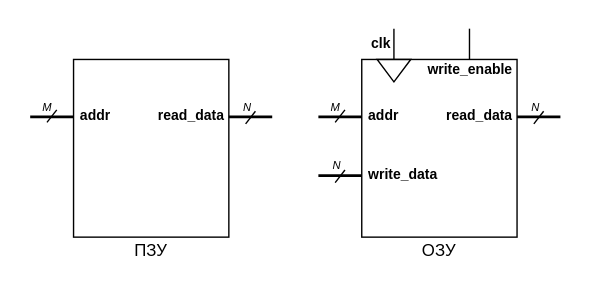
Before: .pic/Labs/lab_03_memory/fig_01.drawio.svg, a diagram exported from draw.io (MPSU/APS). Source tidied: cells renumbered, new cells last; positions are measured from the earlier drawing's top-left corner, leaving out a move shared by most shapes.
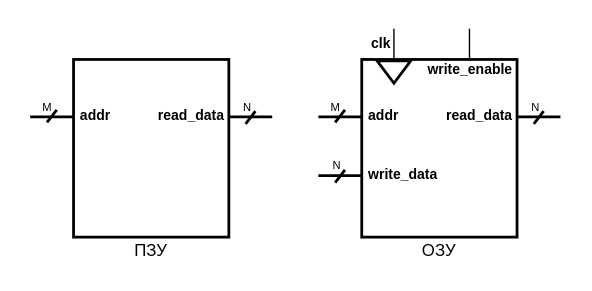
The same diagram one commit later.

What changed in the source:
```diff
@@ -2,7 +2,7 @@
   <root>
     <mxCell id="0" />
     <mxCell id="1" parent="0" />
-    <mxCell id="2" style="rounded=0;whiteSpace=wrap;html=1;" parent="1" vertex="1">
+    <mxCell id="2" style="rounded=0;whiteSpace=wrap;html=1;strokeWidth=2;" parent="1" vertex="1">
       <mxGeometry x="31" y="22" width="111" height="127" as="geometry" />
     </mxCell>
     <mxCell id="3" value="addr" style="text;html=1;strokeColor=none;fillColor=none;align=left;verticalAlign=middle;whiteSpace=wrap;rounded=0;fontSize=10;fontStyle=1;" parent="1" vertex="1">
@@ -17,7 +17,7 @@
         <mxPoint x="31" y="63" as="targetPoint" />
       </mxGeometry>
     </mxCell>
-    <mxCell id="6" style="endArrow=none;html=1;rounded=0;" parent="1" edge="1">
+    <mxCell id="6" style="endArrow=none;html=1;rounded=0;strokeWidth=2;" parent="1" edge="1">
       <mxGeometry relative="1" as="geometry">
         <mxPoint x="12" y="67" as="sourcePoint" />
         <mxPoint x="19" y="58" as="targetPoint" />
@@ -29,22 +29,22 @@
         <mxPoint x="173" y="63" as="targetPoint" />
       </mxGeometry>
     </mxCell>
-    <mxCell id="8" style="endArrow=none;html=1;rounded=0;" parent="1" edge="1">
+    <mxCell id="8" style="endArrow=none;html=1;rounded=0;strokeWidth=2;" parent="1" edge="1">
       <mxGeometry relative="1" as="geometry">
         <mxPoint x="154" y="68" as="sourcePoint" />
         <mxPoint x="161" y="59" as="targetPoint" />
       </mxGeometry>
     </mxCell>
-    <mxCell id="9" value="M" style="text;html=1;strokeColor=none;fillColor=none;align=center;verticalAlign=middle;whiteSpace=wrap;rounded=0;fontSize=8;fontStyle=2;" parent="1" vertex="1">
+    <mxCell id="9" value="M" style="text;html=1;strokeColor=none;fillColor=none;align=center;verticalAlign=middle;whiteSpace=wrap;rounded=0;fontSize=8;fontStyle=0;" parent="1" vertex="1">
       <mxGeometry x="6" y="47" width="13" height="17" as="geometry" />
     </mxCell>
-    <mxCell id="10" value="N" style="text;html=1;strokeColor=none;fillColor=none;align=center;verticalAlign=middle;whiteSpace=wrap;rounded=0;fontSize=8;fontStyle=2;" parent="1" vertex="1">
+    <mxCell id="10" value="N" style="text;html=1;strokeColor=none;fillColor=none;align=center;verticalAlign=middle;whiteSpace=wrap;rounded=0;fontSize=8;fontStyle=0;" parent="1" vertex="1">
       <mxGeometry x="149" y="47" width="13" height="17" as="geometry" />
     </mxCell>
     <mxCell id="11" value="ПЗУ" style="text;html=1;strokeColor=none;fillColor=none;align=center;verticalAlign=middle;whiteSpace=wrap;rounded=0;" parent="1" vertex="1">
       <mxGeometry x="74" y="151" width="25" height="16" as="geometry" />
     </mxCell>
-    <mxCell id="12" style="rounded=0;whiteSpace=wrap;html=1;" parent="1" vertex="1">
+    <mxCell id="12" style="rounded=0;whiteSpace=wrap;html=1;strokeWidth=2;" parent="1" vertex="1">
       <mxGeometry x="237" y="22" width="111" height="127" as="geometry" />
     </mxCell>
     <mxCell id="13" value="addr" style="text;html=1;strokeColor=none;fillColor=none;align=left;verticalAlign=middle;whiteSpace=wrap;rounded=0;fontSize=10;fontStyle=1;" parent="1" vertex="1">
@@ -59,7 +59,7 @@
         <mxPoint x="237" y="63" as="targetPoint" />
       </mxGeometry>
     </mxCell>
-    <mxCell id="16" style="endArrow=none;html=1;rounded=0;" parent="1" edge="1">
+    <mxCell id="16" style="endArrow=none;html=1;rounded=0;strokeWidth=2;" parent="1" edge="1">
       <mxGeometry relative="1" as="geometry">
         <mxPoint x="218" y="67" as="sourcePoint" />
         <mxPoint x="225" y="58" as="targetPoint" />
@@ -71,23 +71,23 @@
         <mxPoint x="237" y="105" as="targetPoint" />
       </mxGeometry>
     </mxCell>
-    <mxCell id="18" style="endArrow=none;html=1;rounded=0;" parent="1" edge="1">
+    <mxCell id="18" style="endArrow=none;html=1;rounded=0;strokeWidth=2;" parent="1" edge="1">
       <mxGeometry relative="1" as="geometry">
         <mxPoint x="218" y="110" as="sourcePoint" />
         <mxPoint x="225" y="101" as="targetPoint" />
       </mxGeometry>
     </mxCell>
-    <mxCell id="19" value="M" style="text;html=1;strokeColor=none;fillColor=none;align=center;verticalAlign=middle;whiteSpace=wrap;rounded=0;fontSize=8;fontStyle=2;" parent="1" vertex="1">
+    <mxCell id="19" value="M" style="text;html=1;strokeColor=none;fillColor=none;align=center;verticalAlign=middle;whiteSpace=wrap;rounded=0;fontSize=8;fontStyle=0;" parent="1" vertex="1">
       <mxGeometry x="212" y="47" width="13" height="17" as="geometry" />
     </mxCell>
-    <mxCell id="20" value="N" style="text;html=1;strokeColor=none;fillColor=none;align=center;verticalAlign=middle;whiteSpace=wrap;rounded=0;fontSize=8;fontStyle=2;" parent="1" vertex="1">
+    <mxCell id="20" value="N" style="text;html=1;strokeColor=none;fillColor=none;align=center;verticalAlign=middle;whiteSpace=wrap;rounded=0;fontSize=8;fontStyle=0;" parent="1" vertex="1">
       <mxGeometry x="213" y="89" width="13" height="17" as="geometry" />
     </mxCell>
     <mxCell id="21" value="ОЗУ" style="text;html=1;strokeColor=none;fillColor=none;align=center;verticalAlign=middle;whiteSpace=wrap;rounded=0;" parent="1" vertex="1">
       <mxGeometry x="280" y="151" width="25" height="16" as="geometry" />
     </mxCell>
-    <mxCell id="22" style="triangle;whiteSpace=wrap;html=1;rotation=90;" parent="1" vertex="1">
-      <mxGeometry x="252" y="18" width="16" height="24" as="geometry" />
+    <mxCell id="22" style="triangle;whiteSpace=wrap;html=1;rotation=90;strokeWidth=2;" parent="1" vertex="1">
+      <mxGeometry x="252" y="19" width="16" height="24" as="geometry" />
     </mxCell>
     <mxCell id="23" value="write_enable" style="text;html=1;strokeColor=none;fillColor=none;align=right;verticalAlign=middle;whiteSpace=wrap;rounded=0;fontSize=10;fontStyle=1;" parent="1" vertex="1">
       <mxGeometry x="279" y="20" width="68" height="17" as="geometry" />
@@ -108,7 +108,7 @@
       </mxGeometry>
     </mxCell>
     <mxCell id="27" value="clk" style="text;html=1;strokeColor=none;fillColor=none;align=right;verticalAlign=middle;whiteSpace=wrap;rounded=0;fontSize=10;fontStyle=1;" parent="1" vertex="1">
-      <mxGeometry x="254" y="1" width="6" height="17" as="geometry" />
+      <mxGeometry x="241" y="1" width="19" height="17" as="geometry" />
     </mxCell>
     <mxCell id="28" style="endArrow=none;html=1;rounded=0;entryX=-0.007;entryY=0.345;entryDx=0;entryDy=0;entryPerimeter=0;strokeWidth=2;" parent="1" edge="1">
       <mxGeometry relative="1" as="geometry">
@@ -116,13 +116,13 @@
         <mxPoint x="379" y="63" as="targetPoint" />
       </mxGeometry>
     </mxCell>
-    <mxCell id="29" style="endArrow=none;html=1;rounded=0;" parent="1" edge="1">
+    <mxCell id="29" style="endArrow=none;html=1;rounded=0;strokeWidth=2;" parent="1" edge="1">
       <mxGeometry relative="1" as="geometry">
         <mxPoint x="360" y="68" as="sourcePoint" />
         <mxPoint x="367" y="59" as="targetPoint" />
       </mxGeometry>
     </mxCell>
-    <mxCell id="30" value="N" style="text;html=1;strokeColor=none;fillColor=none;align=center;verticalAlign=middle;whiteSpace=wrap;rounded=0;fontSize=8;fontStyle=2;" parent="1" vertex="1">
+    <mxCell id="30" value="N" style="text;html=1;strokeColor=none;fillColor=none;align=center;verticalAlign=middle;whiteSpace=wrap;rounded=0;fontSize=8;fontStyle=0;" parent="1" vertex="1">
       <mxGeometry x="355" y="47" width="13" height="17" as="geometry" />
     </mxCell>
   </root>
```
